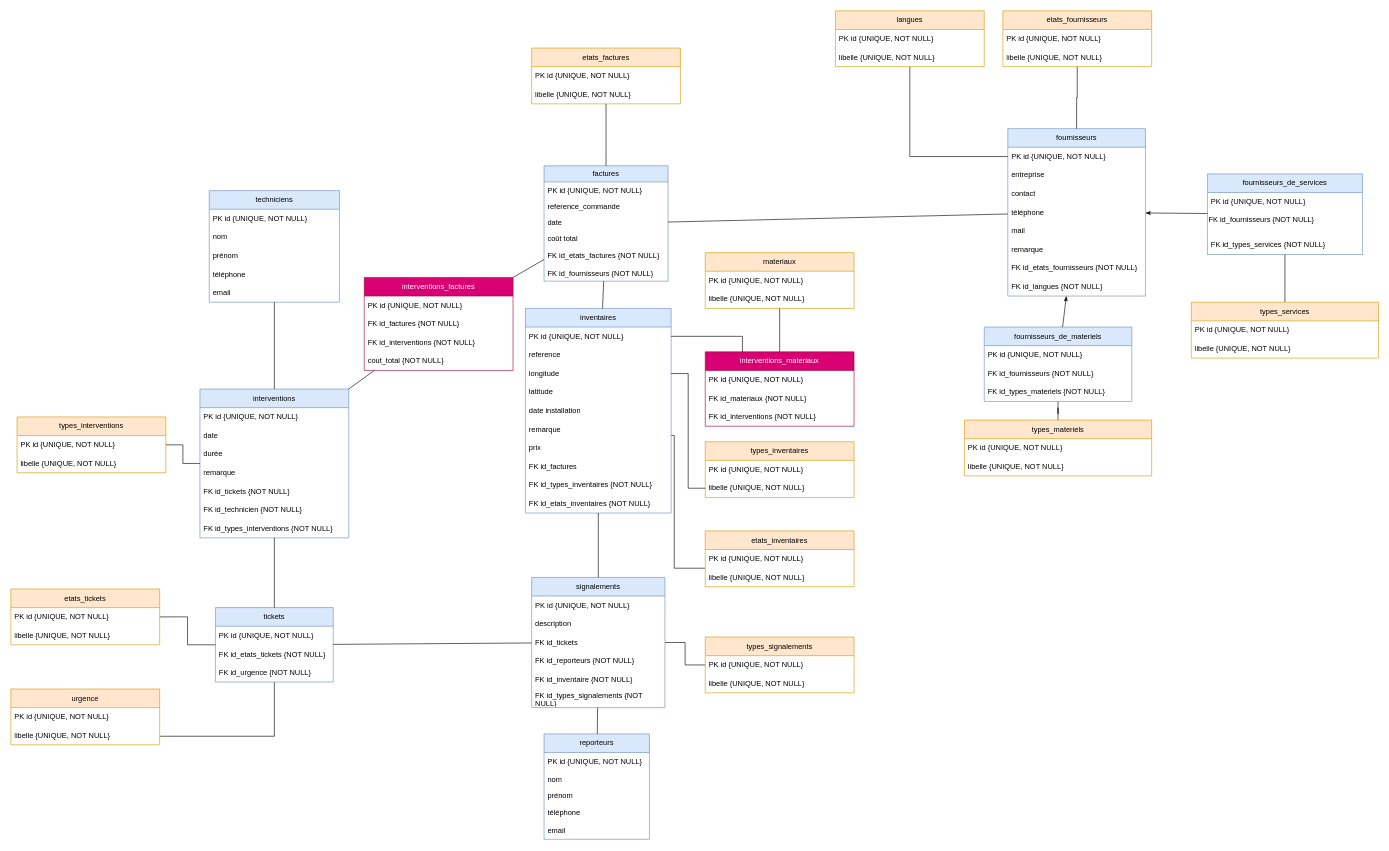
The draw.io diagram wiki/diagams/MLD.drawio in JuilletMikael/Yverdon-Inventory, before the edit. Source tidied: cells renumbered, new cells numbered last; positions are measured from the earlier drawing's top-left corner, leaving out a move shared by most shapes. Both pictures are drawn from the tidied source at 62%, with x=0, y=0 at pixel (11, 11).
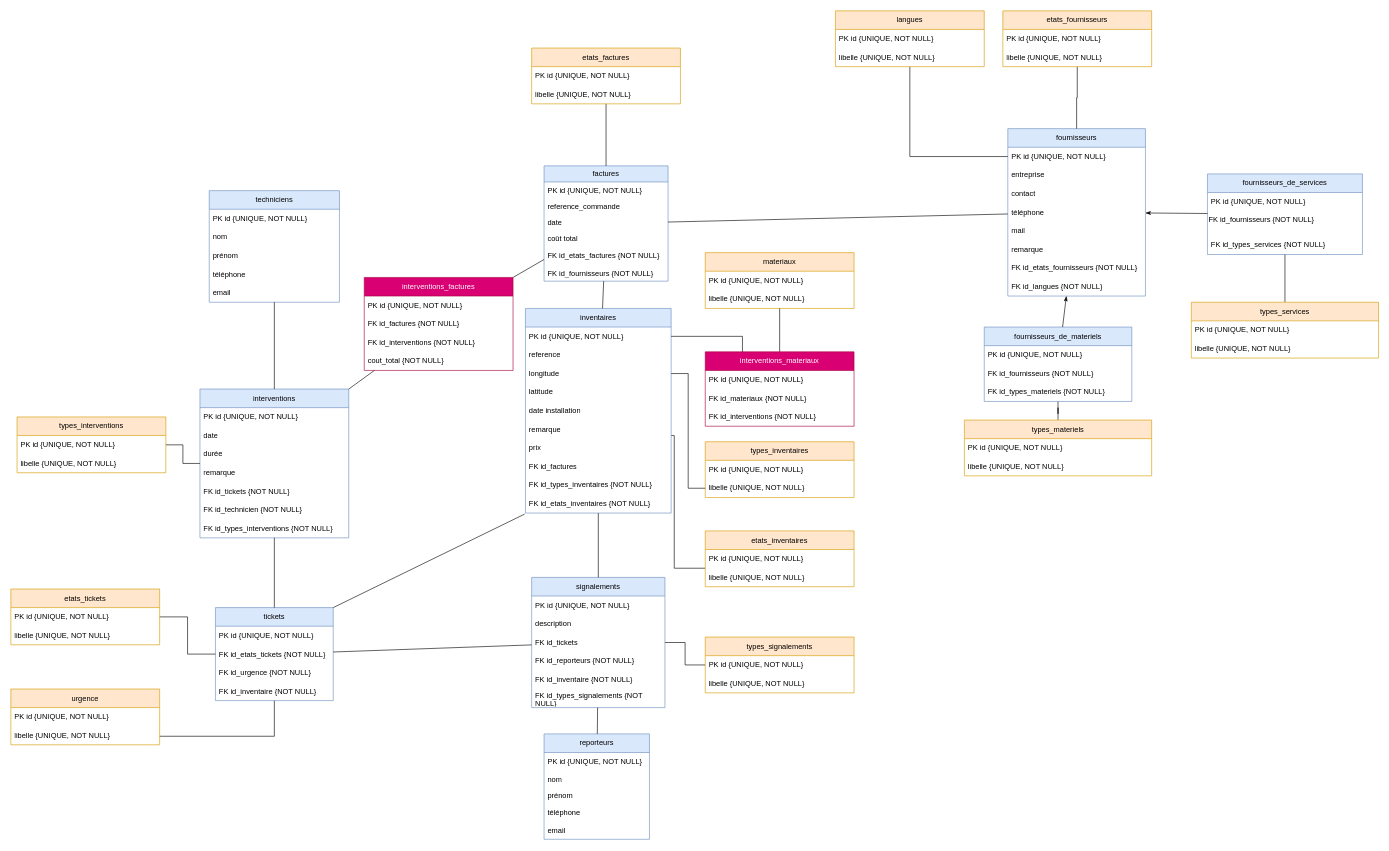
After the change.

Commit message (it also covers changes not shown here):
feat: add link between tickets and inventaire

The change refers to these unchanged cells:
```xml
<mxCell id="59" value="&lt;div&gt;&lt;font style=&quot;color: light-dark(rgb(0, 0, 0), rgb(0, 102, 204));&quot;&gt;FK id_etats_inventaires&amp;nbsp;&lt;/font&gt;&lt;span style=&quot;background-color: transparent; color: light-dark(rgb(0, 0, 0), rgb(255, 255, 255));&quot;&gt;{NOT NULL&lt;/span&gt;&lt;span style=&quot;background-color: transparent; color: light-dark(rgb(0, 0, 0), rgb(255, 255, 255));&quot;&gt;}&lt;/span&gt;&lt;/div&gt;" style="text;strokeColor=none;fillColor=none;align=left;verticalAlign=middle;spacingLeft=4;spacingRight=4;overflow=hidden;points=[[0,0.5],[1,0.5]];portConstraint=eastwest;whiteSpace=wrap;html=1;" parent="49" vertex="1">
  <mxGeometry y="300" width="235" height="30" as="geometry" />
</mxCell>
```

The edit, as a diff of the source:
```diff
@@
     <mxCell id="36" value="tickets" style="swimlane;fontStyle=0;horizontal=1;startSize=30;whiteSpace=wrap;html=1;fillColor=#dae8fc;strokeColor=#6c8ebf;" parent="1" vertex="1">
-      <mxGeometry x="330" y="962.5" width="190" height="120" as="geometry" />
+      <mxGeometry x="330" y="962.5" width="190" height="150" as="geometry" />
     </mxCell>
@@
+    <mxCell id="135" value="&lt;div&gt;&lt;font style=&quot;color: light-dark(rgb(0, 0, 0), rgb(0, 102, 204));&quot;&gt;FK id_inventaire&lt;/font&gt;&lt;font style=&quot;background-color: transparent; color: light-dark(rgb(0, 0, 0), rgb(0, 102, 204));&quot;&gt;&amp;nbsp;&lt;/font&gt;&lt;span style=&quot;background-color: transparent; color: light-dark(rgb(0, 0, 0), rgb(255, 255, 255));&quot;&gt;{NOT NULL&lt;/span&gt;&lt;span style=&quot;background-color: transparent; color: light-dark(rgb(0, 0, 0), rgb(255, 255, 255));&quot;&gt;}&lt;/span&gt;&lt;/div&gt;" style="text;strokeColor=none;fillColor=none;align=left;verticalAlign=middle;spacingLeft=4;spacingRight=4;overflow=hidden;whiteSpace=wrap;html=1;" parent="36" vertex="1">
+      <mxGeometry y="120" width="190" height="30" as="geometry" />
+    </mxCell>
@@
+    <mxCell id="136" style="endArrow=none;html=1;rounded=0;exitX=1;exitY=0;exitDx=0;exitDy=0;entryX=-0.006;entryY=1.058;entryDx=0;entryDy=0;entryPerimeter=0;" parent="1" edge="1" source="36" target="59">
+      <mxGeometry relative="1" as="geometry" />
+    </mxCell>
```
